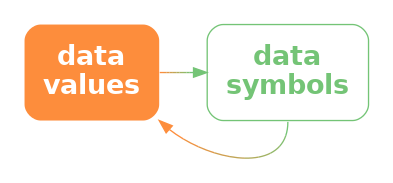
This is Diagrams/data-sym-decode.png from pmur002/hdvw, a Graphviz export, as it was before one commit. Its source is kept beside it as Diagrams/data-sym-decode.dot.
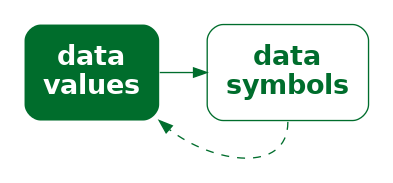
After the commit.

Change to the diagram source:
```diff
@@ -1,9 +1,9 @@
 digraph {
   graph [ rankdir=LR; margin=.2; nodesep=.5 ];
   node [ fontsize=20; fontname="sans bold"; margin=.2 ];
-  data [ label="data\nvalues"; shape=box; style="filled, rounded"; penwidth=0; fontcolor=white; fillcolor="#FD8D3C" ]
+  data [ label="data\nvalues"; shape=box; style="filled, rounded"; penwidth=0; fontcolor=white; fillcolor="#006D2C" ]
   sym [ label="data\nsymbols"; shape=box;
-     style="rounded"; color="#74C476"; fontcolor="#74C476" ]
-  data -> sym [ style="bold"; penwidth=1; color="#FD8D3C;0.1:#EE9342;0.1:#DF9949;0.1:#CF9F4F;0.1:#C0A556;0.1:#B1AC5C;0.1:#A2B263;0.1:#92B869;0.1:#83BE70;0.1:#74C476;0.1" ]
-  sym:s -> data:se [ style="solid", color="#74C476;0.1:#83BE70;0.1:#92B869;0.1:#A2B263;0.1:#B1AC5C;0.1:#C0A556;0.1:#CF9F4F;0.1:#DF9949;0.1:#EE9342;0.1:#FD8D3C;0.1" ]
+     style="rounded"; color="#006D2C"; fontcolor="#006D2C" ]
+  data -> sym [ style="bold"; penwidth=1; color="#006D2C" ]
+  sym:s -> data:se [ style="dashed", color="#006D2C" ]
 }
```
